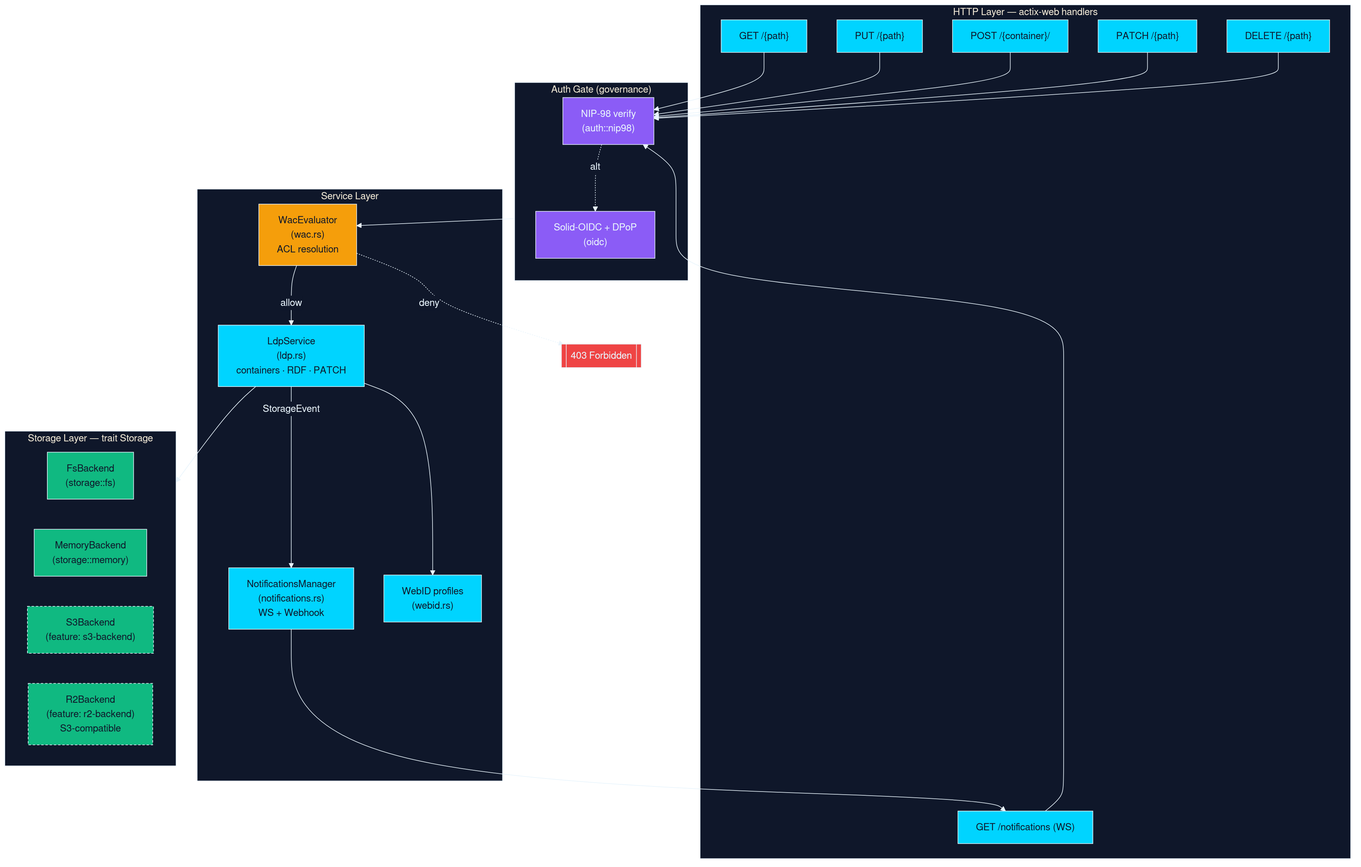
Above: crates/solid-pod-rs/docs/diagrams/rendered/01-architecture-overview.png in DreamLab-AI/solid-pod-rs (Mermaid), before the change. Its source is kept beside it as crates/solid-pod-rs/docs/diagrams/src/01-architecture-overview.mmd.
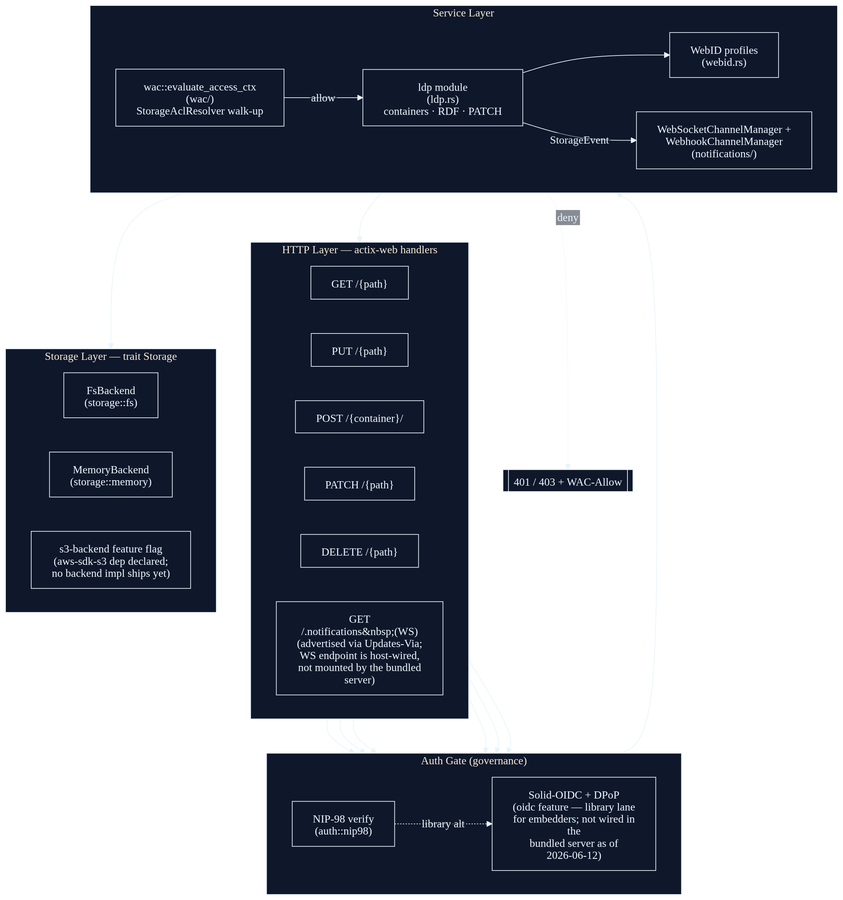
The same diagram one commit later.

Change to the diagram source:
```diff
@@ -12,28 +12,28 @@
     H_POST["POST /{container}/"]:::svc
     H_PATCH["PATCH /{path}"]:::svc
     H_DEL["DELETE /{path}"]:::svc
-    H_WS["GET /.notifications&nbsp;(WS)\n(advertised via Updates-Via;\nWS endpoint is host-wired,\nnot mounted by the bundled server)"]:::svc
+    H_WS["GET /.notifications&nbsp;(WS)<br/>(advertised via Updates-Via;<br/>WS endpoint is host-wired,<br/>not mounted by the bundled server)"]:::svc
   end
 
   subgraph AUTH["Auth Gate (governance)"]
     direction LR
-    NIP98["NIP-98 verify\n(auth::nip98)"]:::gov
-    OIDC["Solid-OIDC + DPoP\n(oidc feature — library lane\nfor embedders; not wired in the\nbundled server as of 2026-06-12)"]:::gov
+    NIP98["NIP-98 verify<br/>(auth::nip98)"]:::gov
+    OIDC["Solid-OIDC + DPoP<br/>(oidc feature — library lane<br/>for embedders; not wired in the<br/>bundled server as of 2026-06-12)"]:::gov
   end
 
   subgraph SVC["Service Layer"]
     direction LR
-    LDP["ldp module\n(ldp.rs)\ncontainers · RDF · PATCH"]:::svc
-    WAC["wac::evaluate_access_ctx\n(wac/)\nStorageAclResolver walk-up"]:::gate
-    NOTIF["WebSocketChannelManager +\nWebhookChannelManager\n(notifications/)"]:::svc
-    WEBID["WebID profiles\n(webid.rs)"]:::svc
+    LDP["ldp module<br/>(ldp.rs)<br/>containers · RDF · PATCH"]:::svc
+    WAC["wac::evaluate_access_ctx<br/>(wac/)<br/>StorageAclResolver walk-up"]:::gate
+    NOTIF["WebSocketChannelManager +<br/>WebhookChannelManager<br/>(notifications/)"]:::svc
+    WEBID["WebID profiles<br/>(webid.rs)"]:::svc
   end
 
   subgraph STORE["Storage Layer — trait Storage"]
     direction LR
-    FS["FsBackend\n(storage::fs)"]:::store
-    MEM["MemoryBackend\n(storage::memory)"]:::store
-    S3["s3-backend feature flag\n(aws-sdk-s3 dep declared;\nno backend impl ships yet)"]:::storeOpt
+    FS["FsBackend<br/>(storage::fs)"]:::store
+    MEM["MemoryBackend<br/>(storage::memory)"]:::store
+    S3["s3-backend feature flag<br/>(aws-sdk-s3 dep declared;<br/>no backend impl ships yet)"]:::storeOpt
   end
 
   H_GET --> NIP98
```
